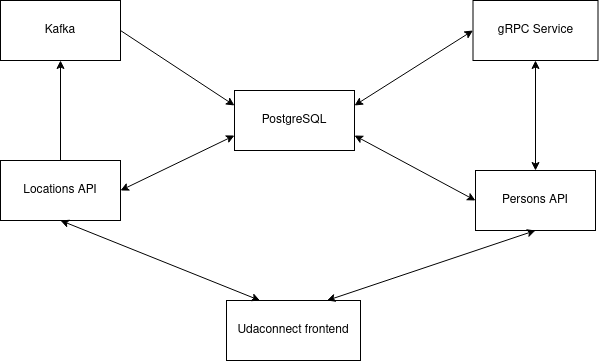
The draw.io diagram docs/architecture_design.png in WorkShoft/Udaconnect, before a commit. Source tidied: cells renumbered, new cells last; positions are measured from the earlier drawing's top-left corner, leaving out a move shared by most shapes.
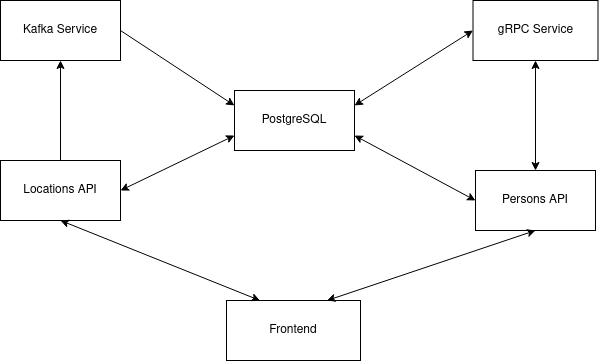
The same diagram one commit later.

The edit, as a diff of the source:
```diff
@@ -8,7 +8,7 @@
     <mxCell id="3" value="Persons API" style="rounded=0;whiteSpace=wrap;html=1;" parent="1" vertex="1">
       <mxGeometry x="475" y="170" width="120" height="60" as="geometry" />
     </mxCell>
-    <mxCell id="4" value="Kafka" style="rounded=0;whiteSpace=wrap;html=1;" parent="1" vertex="1">
+    <mxCell id="4" value="Kafka Service" style="rounded=0;whiteSpace=wrap;html=1;" parent="1" vertex="1">
       <mxGeometry width="120" height="60" as="geometry" />
     </mxCell>
     <mxCell id="5" value="PostgreSQL" style="rounded=0;whiteSpace=wrap;html=1;" parent="1" vertex="1">
@@ -35,7 +35,7 @@
     <mxCell id="12" style="endArrow=classic;html=1;rounded=0;entryX=0.5;entryY=1;entryDx=0;entryDy=0;exitX=0.5;exitY=0;exitDx=0;exitDy=0;" parent="1" edge="1" source="2" target="4">
       <mxGeometry relative="1" as="geometry" />
     </mxCell>
-    <mxCell id="13" value="Udaconnect frontend" style="rounded=0;whiteSpace=wrap;html=1;" parent="1" vertex="1">
+    <mxCell id="13" value="Frontend" style="rounded=0;whiteSpace=wrap;html=1;" parent="1" vertex="1">
       <mxGeometry x="226" y="300" width="134" height="60" as="geometry" />
     </mxCell>
     <mxCell id="14" style="endArrow=classic;startArrow=classic;html=1;rounded=0;entryX=0.5;entryY=1;entryDx=0;entryDy=0;exitX=0.75;exitY=0;exitDx=0;exitDy=0;" parent="1" edge="1" source="13" target="3">
```
